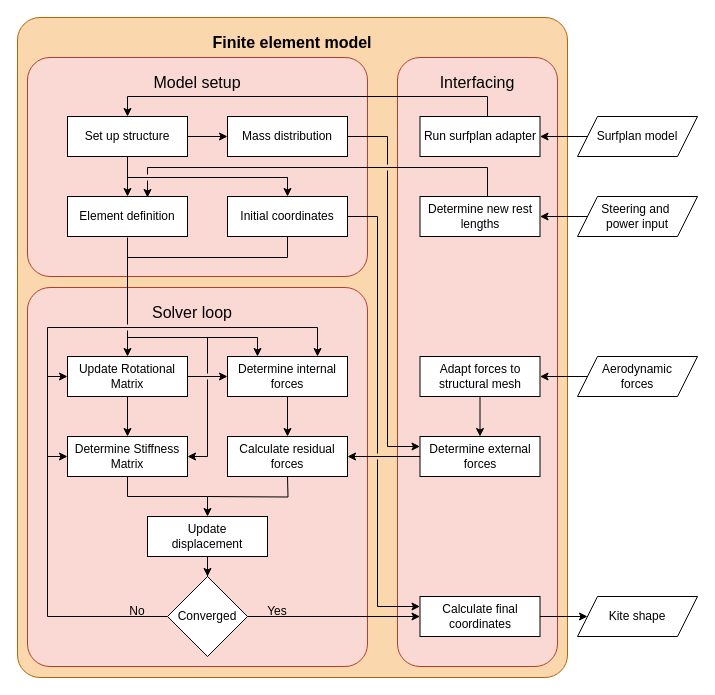
PatrickRoel/Thesis keeps this draw.io diagram as Figures/drawio/FEM_flowchart.drawio. Above is the earlier version. Source tidied: cells renumbered, new cells numbered last; positions are measured from the earlier drawing's top-left corner, leaving out a move shared by most shapes. Both pictures are drawn from the tidied source at 100%, with x=0, y=0 at pixel (17, 17).
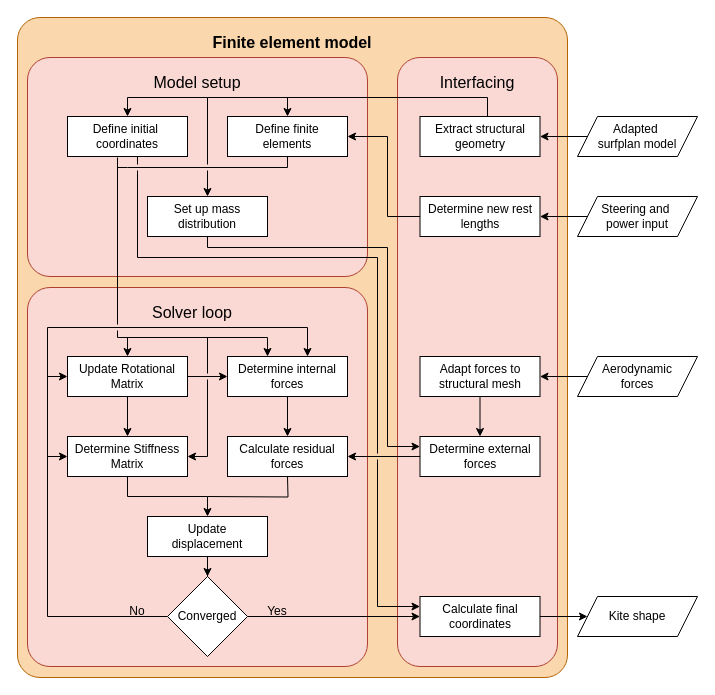
The same page after the edit.

The change refers to these unchanged cells:
```xml
<mxCell id="29" value="Calculate final coordinates" style="rounded=0;whiteSpace=wrap;html=1;" parent="1" vertex="1">
  <mxGeometry x="402.5" y="579" width="120" height="40" as="geometry" />
</mxCell>
<mxCell id="46" value="Update Rotational Matrix" style="rounded=0;whiteSpace=wrap;html=1;" parent="1" vertex="1">
  <mxGeometry x="50" y="339" width="120" height="40" as="geometry" />
</mxCell>
<mxCell id="52" value="&lt;div&gt;Determine external&lt;/div&gt;&lt;div&gt;forces&lt;/div&gt;" style="rounded=0;whiteSpace=wrap;html=1;" parent="1" vertex="1">
  <mxGeometry x="402.5" y="419" width="120" height="40" as="geometry" />
</mxCell>
<mxCell id="54" value="&lt;div&gt;Determine new rest&lt;/div&gt;&lt;div&gt;lengths&lt;/div&gt;" style="rounded=0;whiteSpace=wrap;html=1;" parent="1" vertex="1">
  <mxGeometry x="402.5" y="179" width="120" height="40" as="geometry" />
</mxCell>
```

What changed in the source:
```diff
@@
-    <mxCell id="19" value="Element definition" style="rounded=0;whiteSpace=wrap;html=1;" parent="1" vertex="1">
-      <mxGeometry x="50" y="179" width="120" height="40" as="geometry" />
+    <mxCell id="19" value="&lt;div&gt;Define initial&amp;nbsp;&lt;/div&gt;&lt;div&gt;coordinates&lt;/div&gt;" style="rounded=0;whiteSpace=wrap;html=1;" parent="1" vertex="1">
+      <mxGeometry x="50" y="99" width="120" height="40" as="geometry" />
     </mxCell>
@@
-    <mxCell id="23" value="Initial coordinates" style="rounded=0;whiteSpace=wrap;html=1;" parent="1" vertex="1">
-      <mxGeometry x="210" y="179" width="120" height="40" as="geometry" />
+    <mxCell id="23" value="&lt;div&gt;Define finite&lt;/div&gt;&lt;div&gt;elements&lt;/div&gt;" style="rounded=0;whiteSpace=wrap;html=1;" parent="1" vertex="1">
+      <mxGeometry x="210" y="99" width="120" height="40" as="geometry" />
     </mxCell>
-    <mxCell id="24" style="edgeStyle=orthogonalEdgeStyle;rounded=0;jettySize=auto;html=1;entryX=0.5;entryY=0;entryDx=0;entryDy=0;" parent="1" edge="1" source="27" target="19">
-      <mxGeometry relative="1" as="geometry" />
-    </mxCell>
-    <mxCell id="25" style="edgeStyle=orthogonalEdgeStyle;rounded=0;jettySize=auto;html=1;" parent="1" edge="1" target="23">
-      <mxGeometry relative="1" as="geometry">
-        <mxPoint x="270" y="160" as="sourcePoint" />
-        <Array as="points">
-          <mxPoint x="110" y="160" />
-          <mxPoint x="270" y="160" />
-        </Array>
-      </mxGeometry>
-    </mxCell>
-    <mxCell id="26" style="edgeStyle=orthogonalEdgeStyle;rounded=0;jettySize=auto;html=1;" parent="1" edge="1" source="27" target="34">
-      <mxGeometry relative="1" as="geometry" />
-    </mxCell>
-    <mxCell id="27" value="Set up structure" style="rounded=0;whiteSpace=wrap;html=1;" parent="1" vertex="1">
-      <mxGeometry x="50" y="99" width="120" height="40" as="geometry" />
-    </mxCell>
@@
-    <mxCell id="31" style="edgeStyle=orthogonalEdgeStyle;rounded=0;jettySize=auto;html=1;jumpStyle=gap;" parent="1" edge="1" source="54">
-      <mxGeometry relative="1" as="geometry">
-        <mxPoint x="130" y="180" as="targetPoint" />
-        <Array as="points">
-          <mxPoint x="470" y="150" />
-          <mxPoint x="130" y="150" />
-        </Array>
-      </mxGeometry>
-    </mxCell>
@@
-    <mxCell id="34" value="Mass distribution" style="rounded=0;whiteSpace=wrap;html=1;" parent="1" vertex="1">
-      <mxGeometry x="210" y="99" width="120" height="40" as="geometry" />
+    <mxCell id="34" value="&lt;div&gt;Set up mass&lt;/div&gt;&lt;div&gt;distribution&lt;/div&gt;" style="rounded=0;whiteSpace=wrap;html=1;" parent="1" vertex="1">
+      <mxGeometry x="130" y="179" width="120" height="40" as="geometry" />
     </mxCell>
@@
     <mxCell id="39" style="endArrow=classic;html=1;rounded=0;edgeStyle=orthogonalEdgeStyle;" parent="1" edge="1">
       <mxGeometry relative="1" as="geometry">
         <mxPoint x="30" y="360" as="sourcePoint" />
-        <mxPoint x="300" y="339" as="targetPoint" />
+        <mxPoint x="290" y="339" as="targetPoint" />
         <Array as="points">
           <mxPoint x="30" y="310" />
-          <mxPoint x="300" y="310" />
+          <mxPoint x="290" y="310" />
+          <mxPoint x="290" y="339" />
         </Array>
       </mxGeometry>
     </mxCell>
@@
-    <mxCell id="44" value="&lt;div&gt;Surfplan model&lt;/div&gt;" style="shape=parallelogram;perimeter=parallelogramPerimeter;whiteSpace=wrap;html=1;fixedSize=1;" parent="1" vertex="1">
+    <mxCell id="44" value="&lt;div&gt;Adapted&amp;nbsp;&lt;/div&gt;&lt;div&gt;surfplan model&lt;/div&gt;" style="shape=parallelogram;perimeter=parallelogramPerimeter;whiteSpace=wrap;html=1;fixedSize=1;" parent="1" vertex="1">
       <mxGeometry x="560" y="99" width="120" height="40" as="geometry" />
     </mxCell>
@@
+    <mxCell id="58" style="edgeStyle=orthogonalEdgeStyle;rounded=0;jettySize=auto;html=1;startArrow=classic;startFill=1;endArrow=none;endFill=0;" parent="1" edge="1" source="46">
+      <mxGeometry relative="1" as="geometry">
+        <mxPoint x="110" y="320" as="targetPoint" />
+        <Array as="points">
+          <mxPoint x="110" y="320" />
+        </Array>
+      </mxGeometry>
+    </mxCell>
@@
-    <mxCell id="47" style="endArrow=none;html=1;rounded=0;edgeStyle=orthogonalEdgeStyle;exitX=0.5;exitY=0;exitDx=0;exitDy=0;startArrow=classic;startFill=1;jumpStyle=gap;" parent="1" edge="1" source="46">
-      <mxGeometry relative="1" as="geometry">
-        <mxPoint x="110" y="220" as="targetPoint" />
-      </mxGeometry>
-    </mxCell>
-    <mxCell id="48" style="edgeStyle=orthogonalEdgeStyle;rounded=0;jettySize=auto;html=1;jumpStyle=gap;endArrow=none;endFill=0;" parent="1" edge="1" source="23">
-      <mxGeometry relative="1" as="geometry">
-        <mxPoint x="110" y="240" as="targetPoint" />
-        <Array as="points">
-          <mxPoint x="270" y="240" />
-        </Array>
-      </mxGeometry>
-    </mxCell>
-    <mxCell id="49" style="endArrow=classic;html=1;rounded=0;edgeStyle=orthogonalEdgeStyle;" parent="1" edge="1">
-      <mxGeometry relative="1" as="geometry">
-        <mxPoint x="110" y="320" as="sourcePoint" />
-        <mxPoint x="240" y="339" as="targetPoint" />
-        <Array as="points">
-          <mxPoint x="240" y="320" />
-        </Array>
-      </mxGeometry>
-    </mxCell>
@@
-    <mxCell id="53" style="edgeStyle=orthogonalEdgeStyle;rounded=0;jettySize=auto;html=1;jumpStyle=gap;entryX=0;entryY=0.25;entryDx=0;entryDy=0;" parent="1" edge="1" source="23" target="29">
-      <mxGeometry relative="1" as="geometry">
-        <Array as="points">
-          <mxPoint x="360" y="199" />
-          <mxPoint x="360" y="589" />
-        </Array>
-      </mxGeometry>
-    </mxCell>
+    <mxCell id="59" style="edgeStyle=orthogonalEdgeStyle;rounded=0;jettySize=auto;html=1;" parent="1" edge="1" source="54" target="23">
+      <mxGeometry relative="1" as="geometry">
+        <Array as="points">
+          <mxPoint x="370" y="199" />
+          <mxPoint x="370" y="119" />
+        </Array>
+      </mxGeometry>
+    </mxCell>
@@
+    <mxCell id="57" value="&lt;div&gt;Extract structural&lt;/div&gt;&lt;div&gt;geometry&lt;/div&gt;" style="rounded=0;whiteSpace=wrap;html=1;" parent="1" vertex="1">
+      <mxGeometry x="402.5" y="99" width="120" height="40" as="geometry" />
+    </mxCell>
+    <mxCell id="24" style="edgeStyle=orthogonalEdgeStyle;rounded=0;jettySize=auto;html=1;entryX=0.5;entryY=0;entryDx=0;entryDy=0;jumpStyle=gap;" parent="1" edge="1" target="19">
+      <mxGeometry relative="1" as="geometry">
+        <mxPoint x="190" y="80" as="sourcePoint" />
+        <Array as="points">
+          <mxPoint x="110" y="80" />
+        </Array>
+      </mxGeometry>
+    </mxCell>
-    <mxCell id="55" style="edgeStyle=orthogonalEdgeStyle;rounded=0;jettySize=auto;html=1;entryX=0;entryY=0.25;entryDx=0;entryDy=0;jumpStyle=gap;" parent="1" edge="1" source="34" target="52">
+    <mxCell id="55" style="edgeStyle=orthogonalEdgeStyle;rounded=0;jettySize=auto;html=1;entryX=0;entryY=0.25;entryDx=0;entryDy=0;jumpStyle=gap;exitX=0.5;exitY=1;exitDx=0;exitDy=0;" parent="1" edge="1" source="34" target="52">
       <mxGeometry relative="1" as="geometry">
         <Array as="points">
-          <mxPoint x="370" y="119" />
+          <mxPoint x="190" y="230" />
+          <mxPoint x="370" y="230" />
           <mxPoint x="370" y="429" />
         </Array>
       </mxGeometry>
     </mxCell>
+    <mxCell id="47" style="endArrow=none;html=1;rounded=0;edgeStyle=orthogonalEdgeStyle;startArrow=none;startFill=0;jumpStyle=gap;" parent="1" edge="1">
+      <mxGeometry relative="1" as="geometry">
+        <mxPoint x="100" y="320" as="sourcePoint" />
+        <mxPoint x="100" y="140" as="targetPoint" />
+        <Array as="points">
+          <mxPoint x="100" y="140" />
+        </Array>
+      </mxGeometry>
+    </mxCell>
+    <mxCell id="60" style="edgeStyle=orthogonalEdgeStyle;rounded=0;jettySize=auto;html=1;endArrow=none;endFill=0;" parent="1" edge="1" source="23">
+      <mxGeometry relative="1" as="geometry">
+        <mxPoint x="100" y="150" as="targetPoint" />
+        <Array as="points">
+          <mxPoint x="270" y="150" />
+          <mxPoint x="110" y="150" />
+        </Array>
+      </mxGeometry>
+    </mxCell>
-    <mxCell id="56" style="edgeStyle=orthogonalEdgeStyle;rounded=0;jettySize=auto;html=1;entryX=0.5;entryY=0;entryDx=0;entryDy=0;" parent="1" edge="1" source="57" target="27">
+    <mxCell id="56" style="edgeStyle=orthogonalEdgeStyle;rounded=0;jettySize=auto;html=1;entryX=0.5;entryY=0;entryDx=0;entryDy=0;jumpStyle=gap;" parent="1" edge="1" source="57" target="34">
       <mxGeometry relative="1" as="geometry">
         <Array as="points">
-          <mxPoint x="470" y="79" />
-          <mxPoint x="110" y="79" />
+          <mxPoint x="470" y="80" />
+          <mxPoint x="190" y="80" />
         </Array>
       </mxGeometry>
     </mxCell>
-    <mxCell id="57" value="Run surfplan adapter" style="rounded=0;whiteSpace=wrap;html=1;" parent="1" vertex="1">
-      <mxGeometry x="402.5" y="99" width="120" height="40" as="geometry" />
-    </mxCell>
+    <mxCell id="61" style="edgeStyle=orthogonalEdgeStyle;rounded=0;jettySize=auto;html=1;entryX=0;entryY=0.25;entryDx=0;entryDy=0;jumpStyle=gap;" parent="1" edge="1" source="19" target="29">
+      <mxGeometry relative="1" as="geometry">
+        <Array as="points">
+          <mxPoint x="120" y="240" />
+          <mxPoint x="360" y="240" />
+          <mxPoint x="360" y="589" />
+        </Array>
+      </mxGeometry>
+    </mxCell>
+    <mxCell id="49" style="endArrow=classic;html=1;rounded=0;edgeStyle=orthogonalEdgeStyle;" parent="1" edge="1">
+      <mxGeometry relative="1" as="geometry">
+        <mxPoint x="100" y="320" as="sourcePoint" />
+        <mxPoint x="250" y="339" as="targetPoint" />
+        <Array as="points">
+          <mxPoint x="250" y="320" />
+          <mxPoint x="250" y="339" />
+        </Array>
+      </mxGeometry>
+    </mxCell>
+    <mxCell id="62" style="edgeStyle=orthogonalEdgeStyle;rounded=0;jettySize=auto;html=1;endArrow=none;endFill=0;startArrow=classic;startFill=1;" parent="1" edge="1" source="23">
+      <mxGeometry relative="1" as="geometry">
+        <mxPoint x="270" y="80" as="targetPoint" />
+        <Array as="points">
+          <mxPoint x="270" y="80" />
+        </Array>
+      </mxGeometry>
+    </mxCell>
```
